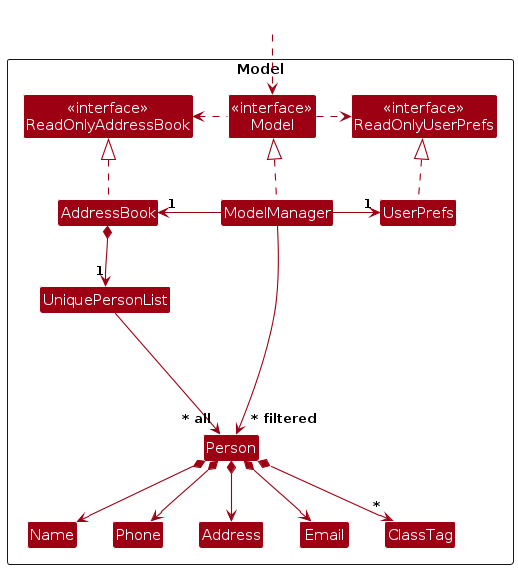
Before: diagrams/ModelClassDiagram.png, a diagram exported from PlantUML (eesyuen09/tp). Its source is kept beside it as diagrams/ModelClassDiagram.puml. Source of this version:
```plantuml
@startuml
!include style.puml
skinparam arrowThickness 1.1
skinparam arrowColor MODEL_COLOR
skinparam classBackgroundColor MODEL_COLOR

Package Model as ModelPackage <<Rectangle>>{
Class "<<interface>>\nReadOnlyAddressBook" as ReadOnlyAddressBook
Class "<<interface>>\nReadOnlyUserPrefs" as ReadOnlyUserPrefs
Class "<<interface>>\nModel" as Model
Class AddressBook
Class ModelManager
Class UserPrefs

Class UniquePersonList
Class Person
Class Address
Class Email
Class Name
Class Phone
Class ClassTag

Class I #FFFFFF
}

Class HiddenOutside #FFFFFF
HiddenOutside ..> Model

AddressBook .up.|> ReadOnlyAddressBook

ModelManager .up.|> Model
Model .right.> ReadOnlyUserPrefs
Model .left.> ReadOnlyAddressBook
ModelManager -left-> "1" AddressBook
ModelManager -right-> "1" UserPrefs
UserPrefs .up.|> ReadOnlyUserPrefs

AddressBook *--> "1" UniquePersonList
UniquePersonList --> "~* all" Person
Person *--> Name
Person *--> Phone
Person *--> Email
Person *--> Address
Person *--> "*" ClassTag

Person -[hidden]up--> I
UniquePersonList -[hidden]right-> I

Name -[hidden]right-> Phone
Phone -[hidden]right-> Address
Address -[hidden]right-> Email

ModelManager --> "~* filtered" Person
@enduml
```
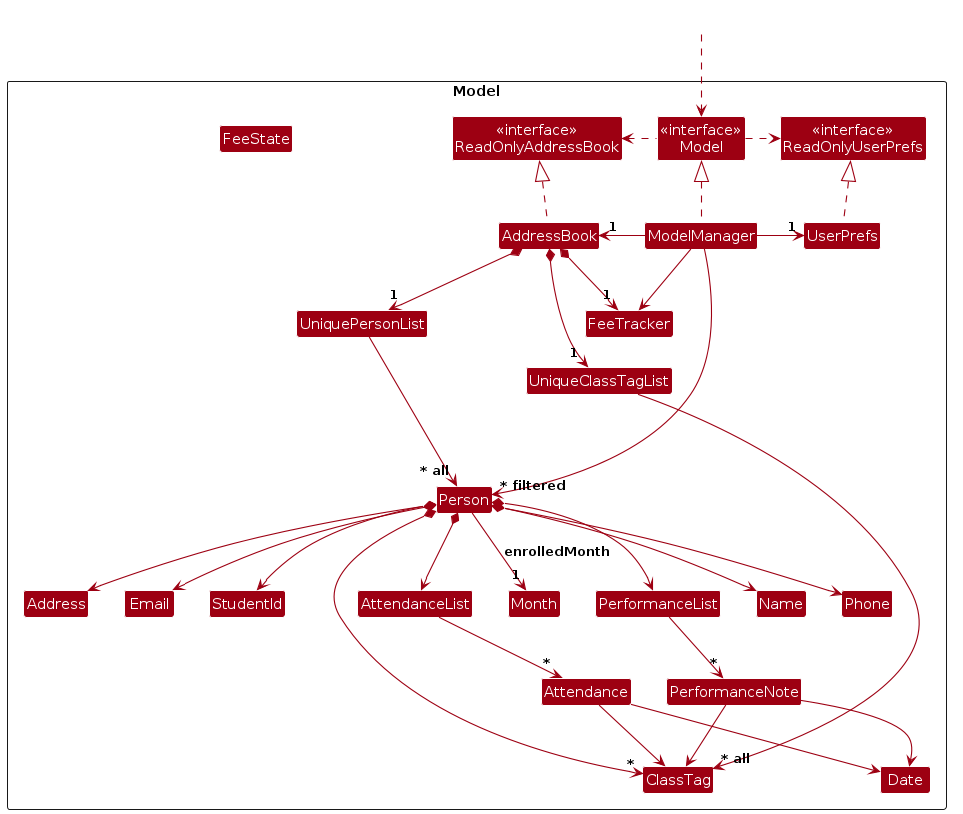
Above is the later version.

The edit, as a diff of the source:
```diff
@@ -13,13 +13,22 @@
 Class UserPrefs
 
 Class UniquePersonList
+Class UniqueClassTagList
 Class Person
 Class Address
 Class Email
 Class Name
 Class Phone
+Class StudentId
 Class ClassTag
-
+Class AttendanceList
+Class Attendance
+Class Date
+Class FeeTracker
+Class FeeState
+Class Month
+Class PerformanceList
+Class PerformanceNote
 Class I #FFFFFF
 }
 
@@ -36,12 +45,32 @@
 UserPrefs .up.|> ReadOnlyUserPrefs
 
 AddressBook *--> "1" UniquePersonList
+AddressBook *--> "1" UniqueClassTagList
+AddressBook *--> "1" FeeTracker
+
+ModelManager --> FeeTracker
+
 UniquePersonList --> "~* all" Person
+UniqueClassTagList --> "~* all" ClassTag
 Person *--> Name
 Person *--> Phone
 Person *--> Email
 Person *--> Address
+Person *--> StudentId
 Person *--> "*" ClassTag
+Person *--> AttendanceList
+Person --> "1" Month : enrolledMonth
+Person *--> PerformanceList
+
+AttendanceList --> "*" Attendance
+
+Attendance --> Date
+Attendance --> ClassTag
+
+PerformanceList --> "*" PerformanceNote
+
+PerformanceNote --> Date
+PerformanceNote --> ClassTag
 
 Person -[hidden]up--> I
 UniquePersonList -[hidden]right-> I
```
